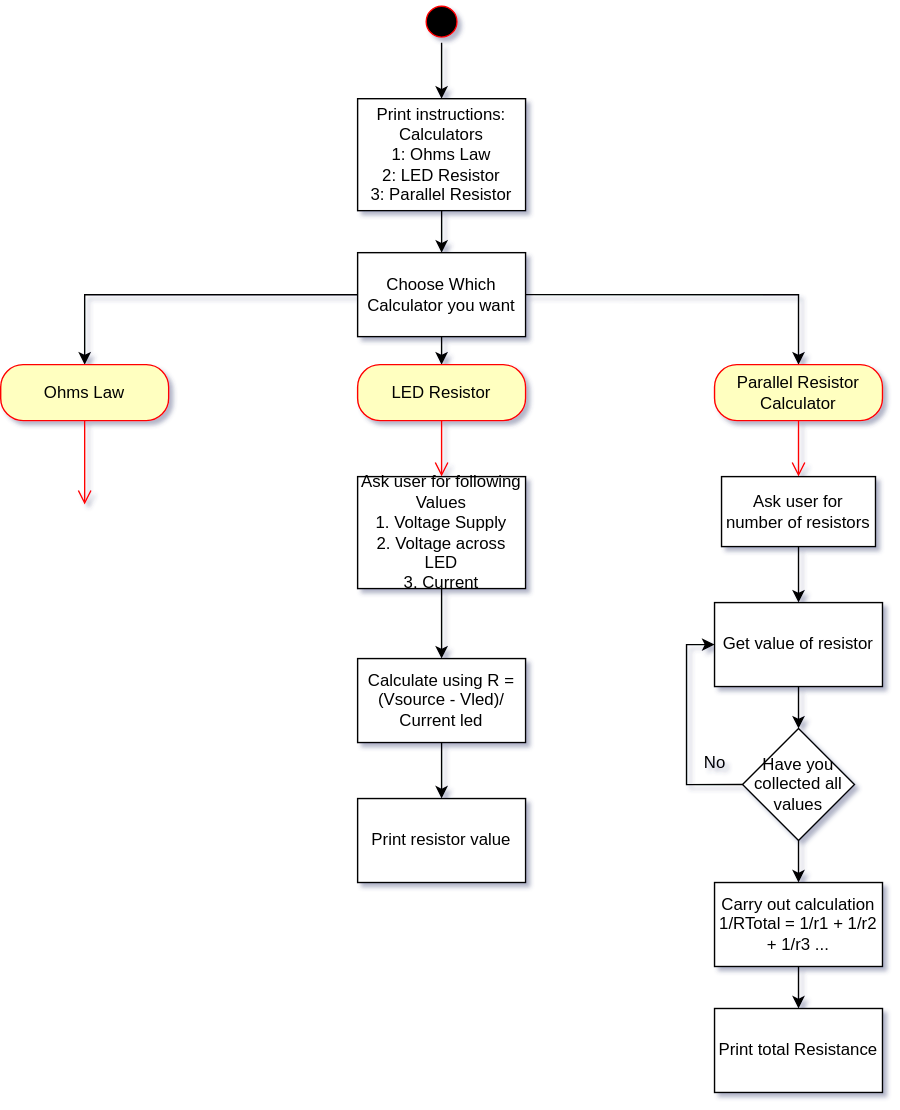
Earlier version of the draw.io export Code Folder/engineeringCalc.drawio.svg (JFinnTeacher/PME-Coding-with-Syntax). Source tidied: cells renumbered, new cells last; positions are measured from the earlier drawing's top-left corner, leaving out a move shared by most shapes.
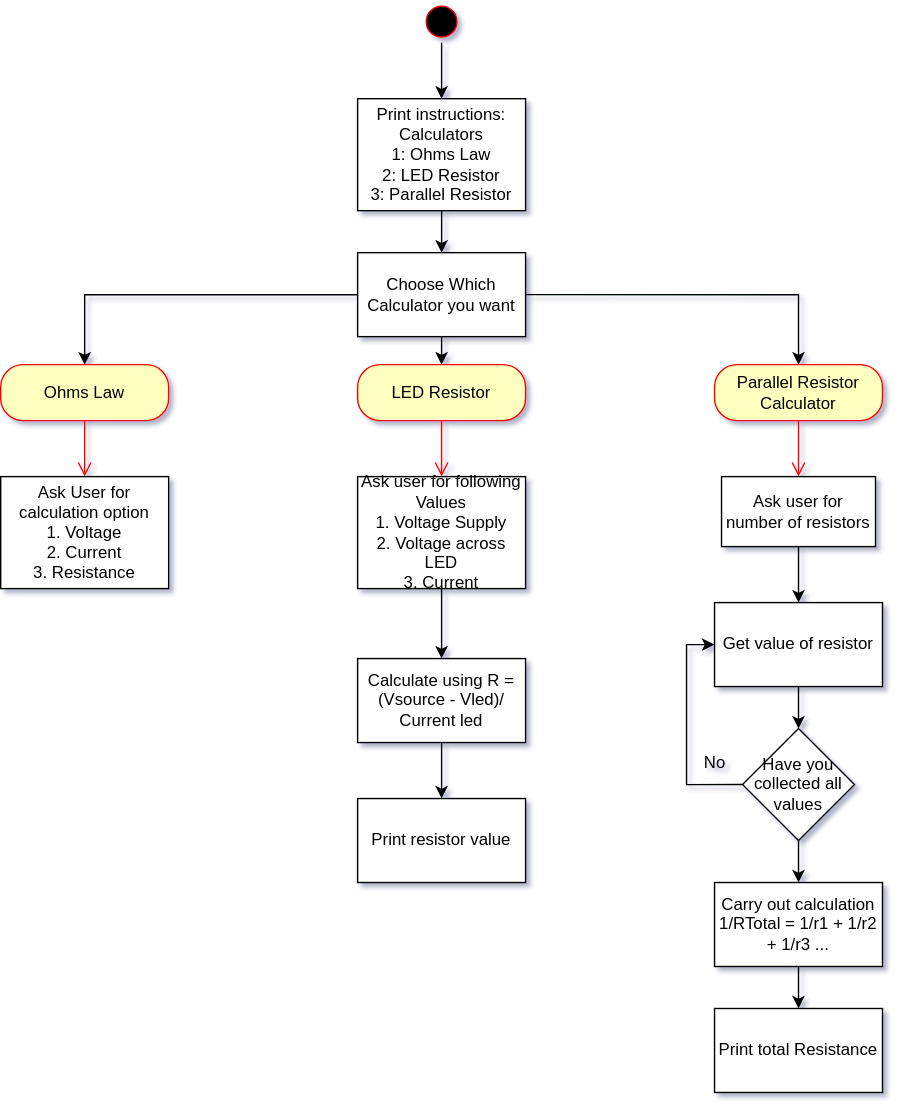
After the commit.

Change to the diagram source:
```diff
@@ -29,10 +29,8 @@
     <mxCell id="10" value="Ohms Law" style="rounded=1;whiteSpace=wrap;html=1;arcSize=40;fontColor=#000000;fillColor=#ffffc0;strokeColor=#ff0000;" parent="1" vertex="1">
       <mxGeometry y="260" width="120" height="40" as="geometry" />
     </mxCell>
-    <mxCell id="11" style="edgeStyle=orthogonalEdgeStyle;html=1;verticalAlign=bottom;endArrow=open;endSize=8;strokeColor=#ff0000;rounded=0;" parent="1" edge="1" source="10">
-      <mxGeometry relative="1" as="geometry">
-        <mxPoint x="60" y="360" as="targetPoint" />
-      </mxGeometry>
+    <mxCell id="11" style="edgeStyle=orthogonalEdgeStyle;html=1;verticalAlign=bottom;endArrow=open;endSize=8;strokeColor=#ff0000;rounded=0;entryX=0.5;entryY=0;entryDx=0;entryDy=0;" parent="1" edge="1" source="10" target="32">
+      <mxGeometry relative="1" as="geometry" />
     </mxCell>
     <mxCell id="12" value="LED Resistor" style="rounded=1;whiteSpace=wrap;html=1;arcSize=40;fontColor=#000000;fillColor=#ffffc0;strokeColor=#ff0000;" parent="1" vertex="1">
       <mxGeometry x="255" y="260" width="120" height="40" as="geometry" />
@@ -94,5 +92,8 @@
     <mxCell id="31" value="Print resistor value" style="whiteSpace=wrap;html=1;" parent="1" vertex="1">
       <mxGeometry x="255" y="570" width="120" height="60" as="geometry" />
     </mxCell>
+    <mxCell id="32" value="&lt;div&gt;Ask User for calculation option&lt;/div&gt;&lt;div&gt;1. Voltage&lt;/div&gt;&lt;div&gt;2. Current&lt;/div&gt;&lt;div&gt;3. Resistance&lt;br&gt;&lt;/div&gt;" style="whiteSpace=wrap;html=1;" parent="1" vertex="1">
+      <mxGeometry y="340" width="120" height="80" as="geometry" />
+    </mxCell>
   </root>
 </mxGraphModel>
```
